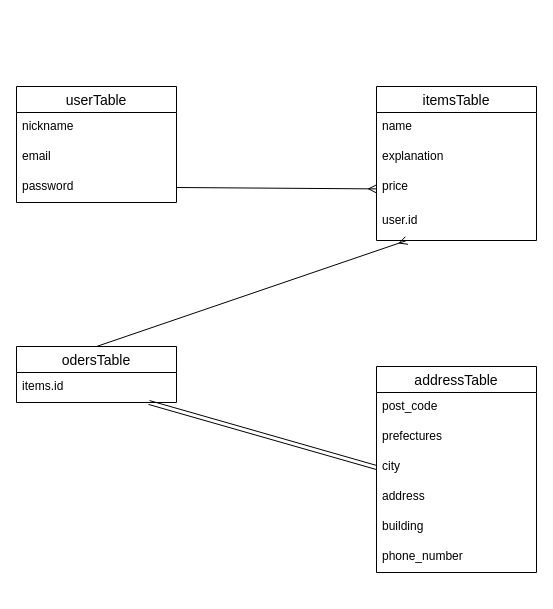
masa0501/furima-38438 keeps this draw.io diagram as furima.dio. Above is the earlier version. Source tidied: cells renumbered, new cells numbered last; positions are measured from the earlier drawing's top-left corner, leaving out a move shared by most shapes. Both pictures are drawn from the tidied source at 100%, with x=0, y=0 at pixel (16, 86).
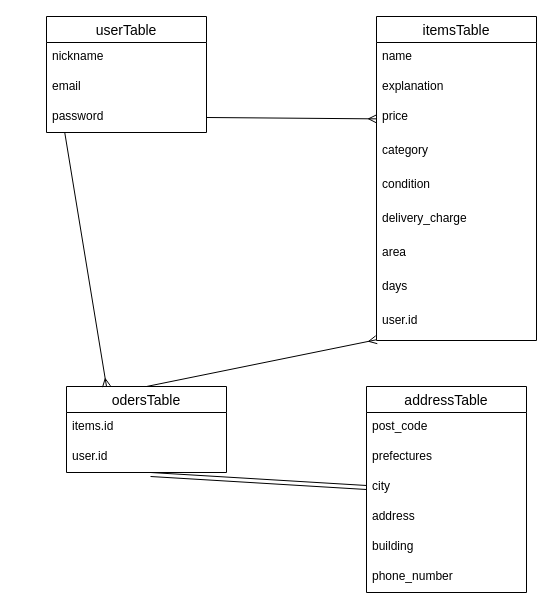
After the change.

The change refers to these unchanged cells:
```xml
<mxCell id="5" value="password" style="text;strokeColor=none;fillColor=none;spacingLeft=4;spacingRight=4;overflow=hidden;points=[[0,0.5],[1,0.5]];portConstraint=eastwest;fontSize=12;" parent="2" vertex="1">
  <mxGeometry y="86" width="160" height="30" as="geometry" />
</mxCell>
<mxCell id="9" value="price" style="text;strokeColor=none;fillColor=none;spacingLeft=4;spacingRight=4;overflow=hidden;points=[[0,0.5],[1,0.5]];portConstraint=eastwest;fontSize=12;" parent="6" vertex="1">
  <mxGeometry y="86" width="160" height="34" as="geometry" />
</mxCell>
<mxCell id="14" value="items.id" style="text;strokeColor=none;fillColor=none;spacingLeft=4;spacingRight=4;overflow=hidden;points=[[0,0.5],[1,0.5]];portConstraint=eastwest;fontSize=12;" parent="13" vertex="1">
  <mxGeometry y="26" width="160" height="30" as="geometry" />
</mxCell>
<mxCell id="18" value="city" style="text;strokeColor=none;fillColor=none;spacingLeft=4;spacingRight=4;overflow=hidden;points=[[0,0.5],[1,0.5]];portConstraint=eastwest;fontSize=12;" parent="15" vertex="1">
  <mxGeometry y="86" width="160" height="30" as="geometry" />
</mxCell>
```

Diff of the diagram source:
```diff
@@
     <mxCell id="2" value="userTable" style="swimlane;fontStyle=0;horizontal=1;startSize=26;align=center;fontSize=14;" parent="1" vertex="1">
-      <mxGeometry width="160" height="116" as="geometry" />
+      <mxGeometry x="30" y="-70" width="160" height="116" as="geometry" />
     </mxCell>
@@
     <mxCell id="6" value="itemsTable" style="swimlane;fontStyle=0;horizontal=1;startSize=26;align=center;fontSize=14;" parent="1" vertex="1">
-      <mxGeometry x="360" width="160" height="154" as="geometry" />
+      <mxGeometry x="360" y="-70" width="160" height="324" as="geometry" />
     </mxCell>
@@
+    <mxCell id="23" value="category" style="text;strokeColor=none;fillColor=none;spacingLeft=4;spacingRight=4;overflow=hidden;fontSize=12;" parent="6" vertex="1">
+      <mxGeometry y="120" width="160" height="34" as="geometry" />
+    </mxCell>
+    <mxCell id="24" value="condition" style="text;strokeColor=none;fillColor=none;spacingLeft=4;spacingRight=4;overflow=hidden;fontSize=12;" parent="6" vertex="1">
+      <mxGeometry y="154" width="160" height="34" as="geometry" />
+    </mxCell>
+    <mxCell id="25" value="delivery_charge" style="text;strokeColor=none;fillColor=none;spacingLeft=4;spacingRight=4;overflow=hidden;fontSize=12;" parent="6" vertex="1">
+      <mxGeometry y="188" width="160" height="34" as="geometry" />
+    </mxCell>
+    <mxCell id="26" value="area" style="text;strokeColor=none;fillColor=none;spacingLeft=4;spacingRight=4;overflow=hidden;fontSize=12;" parent="6" vertex="1">
+      <mxGeometry y="222" width="160" height="34" as="geometry" />
+    </mxCell>
+    <mxCell id="27" value="days" style="text;strokeColor=none;fillColor=none;spacingLeft=4;spacingRight=4;overflow=hidden;fontSize=12;" parent="6" vertex="1">
+      <mxGeometry y="256" width="160" height="34" as="geometry" />
+    </mxCell>
     <mxCell id="10" value="user.id" style="text;strokeColor=none;fillColor=none;spacingLeft=4;spacingRight=4;overflow=hidden;points=[[0,0.5],[1,0.5]];portConstraint=eastwest;fontSize=12;" parent="6" vertex="1">
-      <mxGeometry y="120" width="160" height="34" as="geometry" />
+      <mxGeometry y="290" width="160" height="34" as="geometry" />
     </mxCell>
-    <mxCell id="11" style="edgeStyle=none;html=1;exitX=1;exitY=0.5;exitDx=0;exitDy=0;endArrow=ERmany;endFill=0;" parent="1" edge="1" source="5">
-      <mxGeometry relative="1" as="geometry">
-        <mxPoint x="360" y="102.4" as="targetPoint" />
-      </mxGeometry>
+    <mxCell id="11" style="edgeStyle=none;html=1;exitX=1;exitY=0.5;exitDx=0;exitDy=0;endArrow=ERmany;endFill=0;" parent="1" edge="1" source="5" target="9">
+      <mxGeometry relative="1" as="geometry" />
     </mxCell>
@@
     <mxCell id="13" value="odersTable" style="swimlane;fontStyle=0;horizontal=1;startSize=26;align=center;fontSize=14;" parent="1" vertex="1">
-      <mxGeometry y="260" width="160" height="56" as="geometry" />
+      <mxGeometry x="50" y="300" width="160" height="86" as="geometry" />
     </mxCell>
@@
+    <mxCell id="28" value="user.id" style="text;strokeColor=none;fillColor=none;spacingLeft=4;spacingRight=4;overflow=hidden;points=[[0,0.5],[1,0.5]];portConstraint=eastwest;fontSize=12;" parent="13" vertex="1">
+      <mxGeometry y="56" width="160" height="30" as="geometry" />
+    </mxCell>
     <mxCell id="15" value="addressTable" style="swimlane;fontStyle=0;horizontal=1;startSize=26;align=center;fontSize=14;" parent="1" vertex="1">
-      <mxGeometry x="360" y="280" width="160" height="206" as="geometry" />
+      <mxGeometry x="350" y="300" width="160" height="206" as="geometry" />
     </mxCell>
@@
-    <mxCell id="22" style="edgeStyle=none;html=1;exitX=0;exitY=0.5;exitDx=0;exitDy=0;endArrow=ERmany;endFill=0;shape=link;" parent="1" edge="1" source="18" target="14">
+    <mxCell id="22" style="edgeStyle=none;html=1;exitX=0;exitY=0.5;exitDx=0;exitDy=0;endArrow=ERmany;endFill=0;shape=link;entryX=0.526;entryY=1.067;entryDx=0;entryDy=0;entryPerimeter=0;" parent="1" edge="1" source="18" target="28">
       <mxGeometry relative="1" as="geometry" />
     </mxCell>
+    <mxCell id="29" style="edgeStyle=none;html=1;exitX=0.114;exitY=1;exitDx=0;exitDy=0;entryX=0.25;entryY=0;entryDx=0;entryDy=0;endArrow=ERmany;endFill=0;exitPerimeter=0;" parent="1" edge="1" source="5" target="13">
+      <mxGeometry relative="1" as="geometry" />
+    </mxCell>
```
